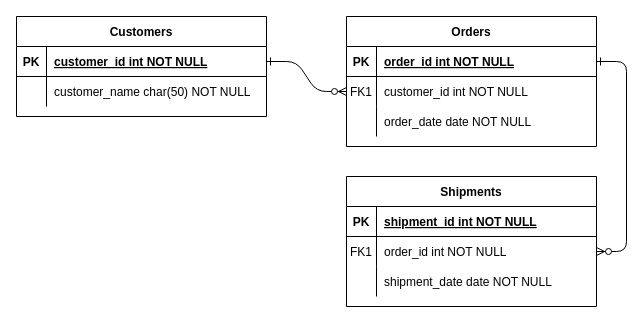
Before: Diagrama sem nome.drawio in Thyagoj7/Projetos_design_banco, a draw.io diagram. Source tidied: cells renumbered, new cells numbered last; positions are measured from the earlier drawing's top-left corner, leaving out a move shared by most shapes. Both pictures are drawn from the tidied source at 100%, with x=0, y=0 at pixel (16, 16).
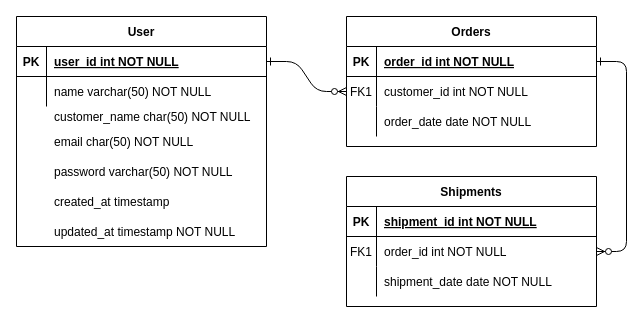
The same page after the edit.

Unchanged cells that the change refers to:
```xml
<mxCell id="25" style="shape=partialRectangle;fillColor=none;points=[[0,0.5],[1,0.5]];portConstraint=eastwest;top=0;left=0;right=0;bottom=1;" parent="24" vertex="1">
  <mxGeometry y="30" width="250" height="30" as="geometry" />
</mxCell>
<mxCell id="28" style="shape=partialRectangle;fillColor=none;top=0;left=0;right=0;bottom=0;" parent="24" vertex="1">
  <mxGeometry y="60" width="250" height="30" as="geometry" />
</mxCell>
```

Change to the diagram source:
```diff
@@
-    <mxCell id="24" value="Customers" style="shape=table;startSize=30;childLayout=tableLayout;rowLines=0;fontStyle=1;align=center;" parent="1" vertex="1">
-      <mxGeometry width="250" height="100" as="geometry" />
+    <mxCell id="24" value="User" style="shape=table;startSize=30;childLayout=tableLayout;rowLines=0;fontStyle=1;align=center;" parent="1" vertex="1">
+      <mxGeometry width="250" height="230" as="geometry" />
     </mxCell>
@@
-    <mxCell id="27" value="customer_id int NOT NULL " style="shape=partialRectangle;overflow=hidden;fillColor=none;top=0;left=0;bottom=0;right=0;align=left;spacingLeft=6;fontStyle=5;" parent="25" vertex="1">
+    <mxCell id="27" value="user_id int NOT NULL " style="shape=partialRectangle;overflow=hidden;fillColor=none;top=0;left=0;bottom=0;right=0;align=left;spacingLeft=6;fontStyle=5;" parent="25" vertex="1">
       <mxGeometry x="30" width="220" height="30" as="geometry" />
     </mxCell>
@@
-    <mxCell id="30" value="customer_name char(50) NOT NULL" style="shape=partialRectangle;overflow=hidden;fillColor=none;top=0;left=0;bottom=0;right=0;align=left;spacingLeft=6;" parent="28" vertex="1">
+    <mxCell id="30" value="name varchar(50) NOT NULL" style="shape=partialRectangle;overflow=hidden;fillColor=none;top=0;left=0;bottom=0;right=0;align=left;spacingLeft=6;" parent="28" vertex="1">
       <mxGeometry x="30" width="220" height="30" as="geometry" />
     </mxCell>
+    <mxCell id="31" style="shape=partialRectangle;fillColor=none;top=0;left=0;right=0;bottom=0;" parent="1" vertex="1">
+      <mxGeometry y="85" width="250" height="30" as="geometry" />
+    </mxCell>
+    <mxCell id="32" style="shape=partialRectangle;overflow=hidden;fillColor=none;top=0;left=0;bottom=0;right=0;" parent="31" vertex="1">
+      <mxGeometry width="30" height="30" as="geometry" />
+    </mxCell>
+    <mxCell id="33" value="customer_name char(50) NOT NULL" style="shape=partialRectangle;overflow=hidden;fillColor=none;top=0;left=0;bottom=0;right=0;align=left;spacingLeft=6;" parent="31" vertex="1">
+      <mxGeometry x="30" width="220" height="30" as="geometry" />
+    </mxCell>
+    <mxCell id="34" style="shape=partialRectangle;fillColor=none;top=0;left=0;right=0;bottom=0;" parent="1" vertex="1">
+      <mxGeometry y="110" width="250" height="30" as="geometry" />
+    </mxCell>
+    <mxCell id="35" style="shape=partialRectangle;overflow=hidden;fillColor=none;top=0;left=0;bottom=0;right=0;" parent="34" vertex="1">
+      <mxGeometry width="30" height="30" as="geometry" />
+    </mxCell>
+    <mxCell id="36" value="email char(50) NOT NULL" style="shape=partialRectangle;overflow=hidden;fillColor=none;top=0;left=0;bottom=0;right=0;align=left;spacingLeft=6;" parent="34" vertex="1">
+      <mxGeometry x="30" width="220" height="30" as="geometry" />
+    </mxCell>
+    <mxCell id="37" style="shape=partialRectangle;fillColor=none;top=0;left=0;right=0;bottom=0;" parent="1" vertex="1">
+      <mxGeometry y="140" width="250" height="30" as="geometry" />
+    </mxCell>
+    <mxCell id="38" style="shape=partialRectangle;overflow=hidden;fillColor=none;top=0;left=0;bottom=0;right=0;" parent="37" vertex="1">
+      <mxGeometry width="30" height="30" as="geometry" />
+    </mxCell>
+    <mxCell id="39" value="password varchar(50) NOT NULL" style="shape=partialRectangle;overflow=hidden;fillColor=none;top=0;left=0;bottom=0;right=0;align=left;spacingLeft=6;" parent="37" vertex="1">
+      <mxGeometry x="30" width="220" height="30" as="geometry" />
+    </mxCell>
+    <mxCell id="40" style="shape=partialRectangle;fillColor=none;top=0;left=0;right=0;bottom=0;" parent="1" vertex="1">
+      <mxGeometry y="170" width="250" height="30" as="geometry" />
+    </mxCell>
+    <mxCell id="41" style="shape=partialRectangle;overflow=hidden;fillColor=none;top=0;left=0;bottom=0;right=0;" parent="40" vertex="1">
+      <mxGeometry width="30" height="30" as="geometry" />
+    </mxCell>
+    <mxCell id="42" value="created_at timestamp" style="shape=partialRectangle;overflow=hidden;fillColor=none;top=0;left=0;bottom=0;right=0;align=left;spacingLeft=6;" parent="40" vertex="1">
+      <mxGeometry x="30" width="220" height="30" as="geometry" />
+    </mxCell>
+    <mxCell id="43" style="shape=partialRectangle;fillColor=none;top=0;left=0;right=0;bottom=0;" parent="1" vertex="1">
+      <mxGeometry y="200" width="250" height="30" as="geometry" />
+    </mxCell>
+    <mxCell id="44" style="shape=partialRectangle;overflow=hidden;fillColor=none;top=0;left=0;bottom=0;right=0;" parent="43" vertex="1">
+      <mxGeometry width="30" height="30" as="geometry" />
+    </mxCell>
+    <mxCell id="45" value="updated_at timestamp NOT NULL" style="shape=partialRectangle;overflow=hidden;fillColor=none;top=0;left=0;bottom=0;right=0;align=left;spacingLeft=6;" parent="43" vertex="1">
+      <mxGeometry x="30" width="220" height="30" as="geometry" />
+    </mxCell>
```
